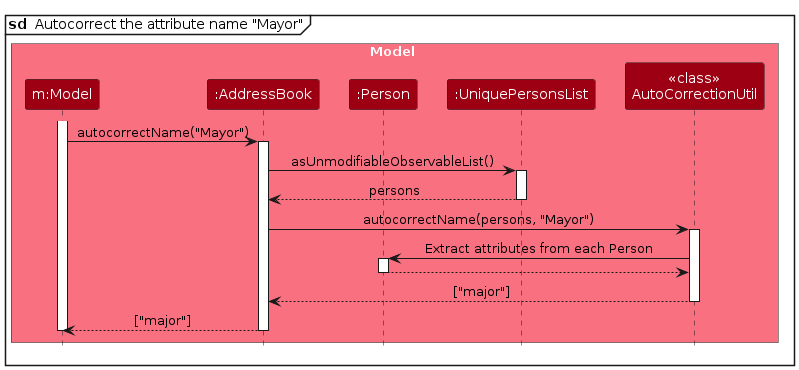
Earlier version of the PlantUML export diagrams/AutoCorrection.png (AY2425S2-CS2103T-T10-1/tp). Its source is kept beside it as diagrams/AutoCorrection.puml.
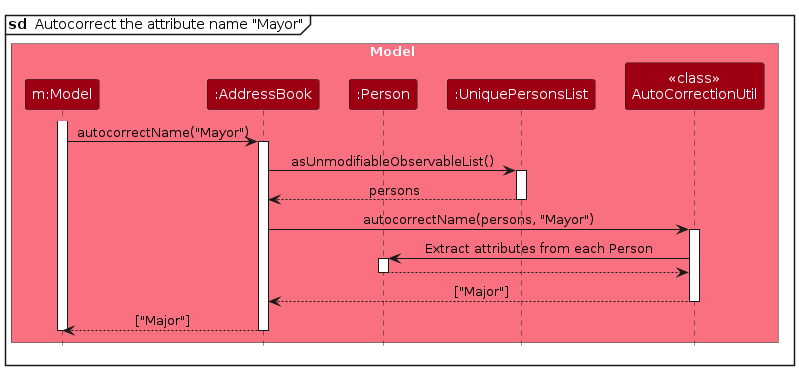
Above is the later version.

The edit, as a diff of the source:
```diff
@@ -31,10 +31,10 @@
 Util <-- Person
 deactivate Person
 
-Book <-- Util : ["major"]
+Book <-- Util : ["Major"]
 deactivate Util
 
-Model <-- Book : ["major"]
+Model <-- Book : ["Major"]
 deactivate Book
 
 deactivate Model
```
